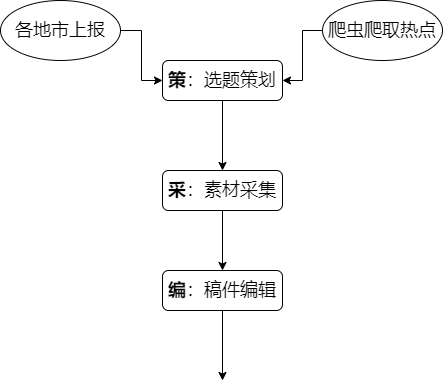
This is Untitled Diagram.png from yangJinRui325/note, a draw.io export, as it was before one commit. Source tidied: cells renumbered, new cells last; positions are measured from the earlier drawing's top-left corner, leaving out a move shared by most shapes.
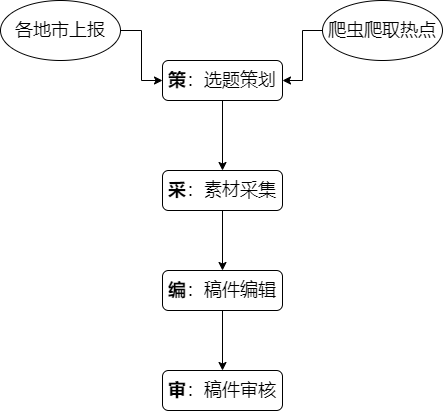
The same diagram one commit later.

Change to the diagram source:
```diff
@@ -10,7 +10,7 @@
     </mxCell>
     <mxCell id="4" style="edgeStyle=orthogonalEdgeStyle;rounded=0;jettySize=auto;html=1;" parent="1" edge="1" source="5">
       <mxGeometry relative="1" as="geometry">
-        <mxPoint x="222" y="380" as="targetPoint" />
+        <mxPoint x="222" y="370" as="targetPoint" />
       </mxGeometry>
     </mxCell>
     <mxCell id="5" value="&lt;font style=&quot;font-size: 18px&quot;&gt;&lt;b&gt;编&lt;/b&gt;：稿件编辑&lt;/font&gt;" style="rounded=1;whiteSpace=wrap;html=1;fontSize=12;glass=0;strokeWidth=1;shadow=0;" parent="1" vertex="1">
@@ -34,5 +34,8 @@
     <mxCell id="11" value="&lt;font style=&quot;font-size: 18px&quot;&gt;各地市上报&lt;/font&gt;" style="ellipse;whiteSpace=wrap;html=1;rounded=1;shadow=0;strokeWidth=1;glass=0;" parent="1" vertex="1">
       <mxGeometry width="120" height="60" as="geometry" />
     </mxCell>
+    <mxCell id="12" value="&lt;font style=&quot;font-size: 18px&quot;&gt;&lt;b&gt;审&lt;/b&gt;：稿件审核&lt;/font&gt;" style="rounded=1;whiteSpace=wrap;html=1;fontSize=12;glass=0;strokeWidth=1;shadow=0;" parent="1" vertex="1">
+      <mxGeometry x="162" y="370" width="120" height="40" as="geometry" />
+    </mxCell>
   </root>
 </mxGraphModel>
```
